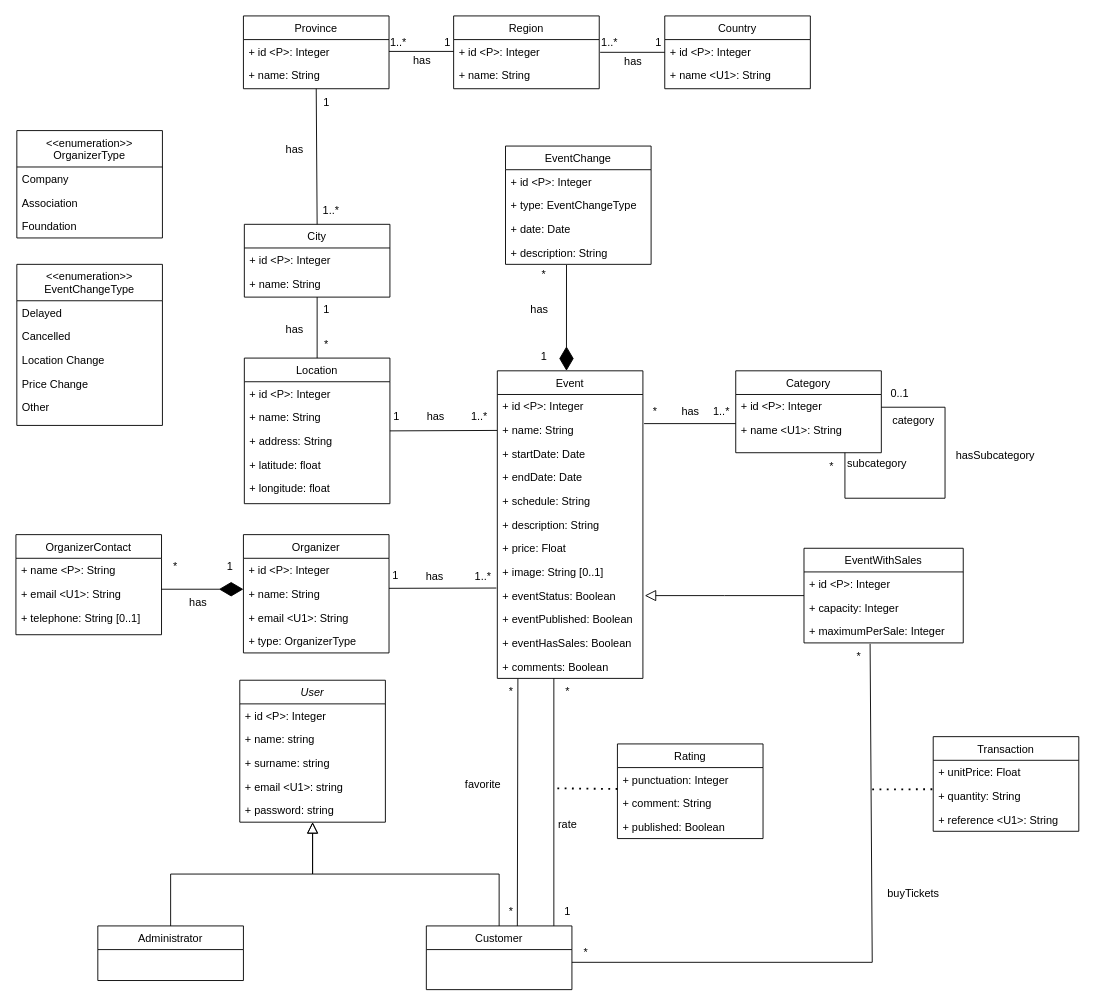
danielpilot/event-database keeps this draw.io diagram as diagrams/conceptual-diagram.drawio. Above is the earlier version. Source tidied: cells renumbered, new cells numbered last; positions are measured from the earlier drawing's top-left corner, leaving out a move shared by most shapes. Both pictures are drawn from the tidied source at 91%, with x=0, y=0 at pixel (15, 15).
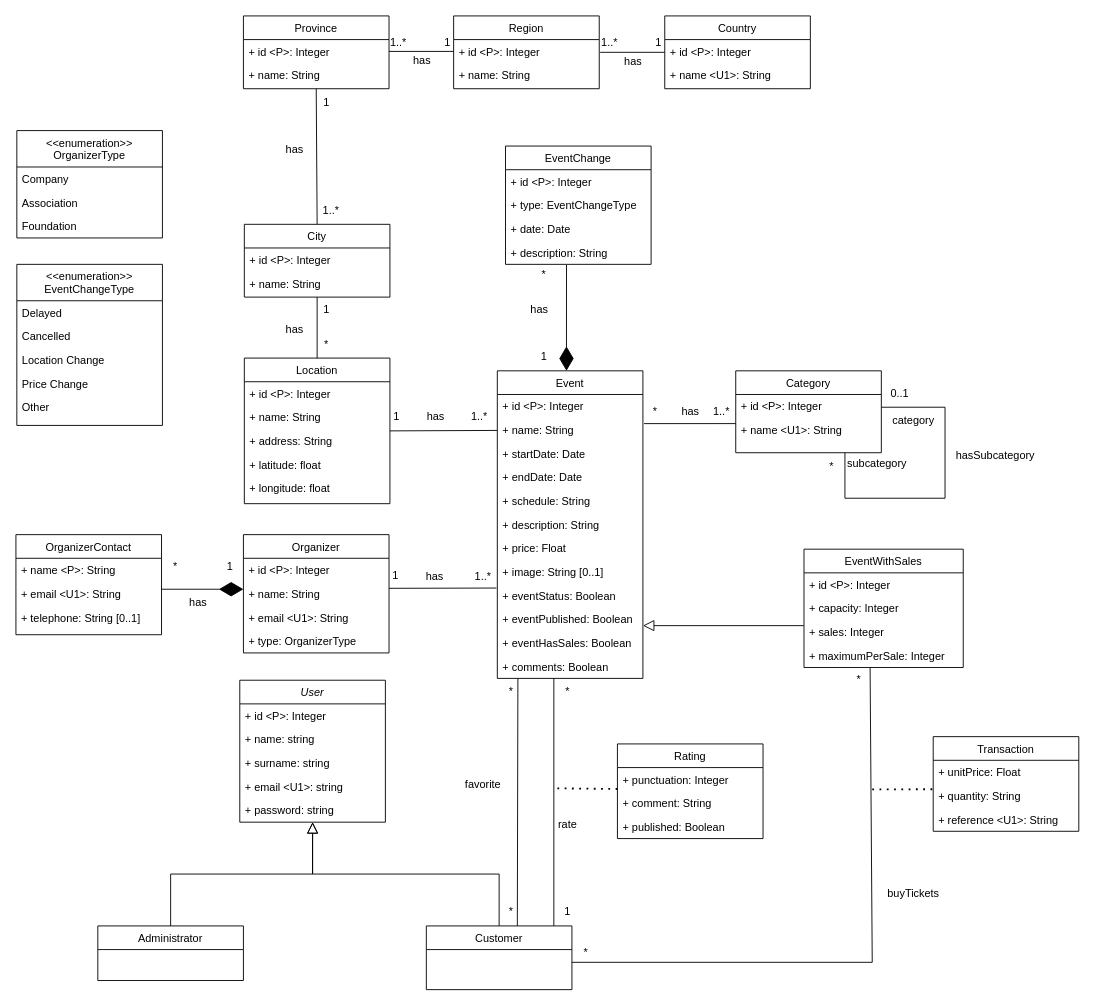
Above is the later version.

Commit message:
Add sales to EventWithSales

Change to the diagram source:
```diff
@@
     <mxCell id="128" value="EventWithSales&#10;" style="swimlane;fontStyle=0;align=center;verticalAlign=top;horizontal=1;startSize=26;rounded=0;shadow=0;strokeWidth=1;" parent="1" vertex="1">
-      <mxGeometry x="866" y="585" width="175" height="104" as="geometry" />
+      <mxGeometry x="866" y="586" width="175" height="130" as="geometry" />
     </mxCell>
@@
+    <mxCell id="143" value="+ sales: Integer" style="text;align=left;verticalAlign=top;spacingLeft=4;spacingRight=4;overflow=hidden;points=[[0,0.5],[1,0.5]];portConstraint=eastwest;rounded=0;shadow=0;html=0;" parent="128" vertex="1">
+      <mxGeometry y="78" width="175" height="26" as="geometry" />
+    </mxCell>
     <mxCell id="131" value="+ maximumPerSale: Integer" style="text;align=left;verticalAlign=top;spacingLeft=4;spacingRight=4;overflow=hidden;rounded=0;shadow=0;html=0;" parent="128" vertex="1">
-      <mxGeometry y="78" width="175" height="26" as="geometry" />
+      <mxGeometry y="104" width="175" height="26" as="geometry" />
     </mxCell>
-    <mxCell id="132" style="endArrow=block;endSize=10;endFill=0;shadow=0;strokeWidth=1;rounded=0;curved=0;edgeStyle=elbowEdgeStyle;elbow=vertical;exitX=0;exitY=0.5;exitDx=0;exitDy=0;" parent="1" edge="1" source="128">
-      <mxGeometry relative="1" as="geometry">
-        <mxPoint x="691" y="637" as="targetPoint" />
-      </mxGeometry>
-    </mxCell>
@@
     <mxCell id="136" value="*" style="text;html=1;align=center;verticalAlign=middle;points=[];strokeColor=none;fillColor=none;" parent="1" vertex="1">
-      <mxGeometry x="911" y="689" width="30" height="30" as="geometry" />
+      <mxGeometry x="911" y="715" width="30" height="30" as="geometry" />
     </mxCell>
@@
+    <mxCell id="144" style="endArrow=block;endSize=10;endFill=0;shadow=0;strokeWidth=1;rounded=0;curved=0;edgeStyle=elbowEdgeStyle;elbow=vertical;entryX=1.004;entryY=0.631;entryDx=0;entryDy=0;entryPerimeter=0;exitX=-0.002;exitY=0.231;exitDx=0;exitDy=0;exitPerimeter=0;" parent="1" edge="1" source="143">
+      <mxGeometry relative="1" as="geometry">
+        <mxPoint x="689" y="670.4" as="targetPoint" />
+      </mxGeometry>
+    </mxCell>
```
